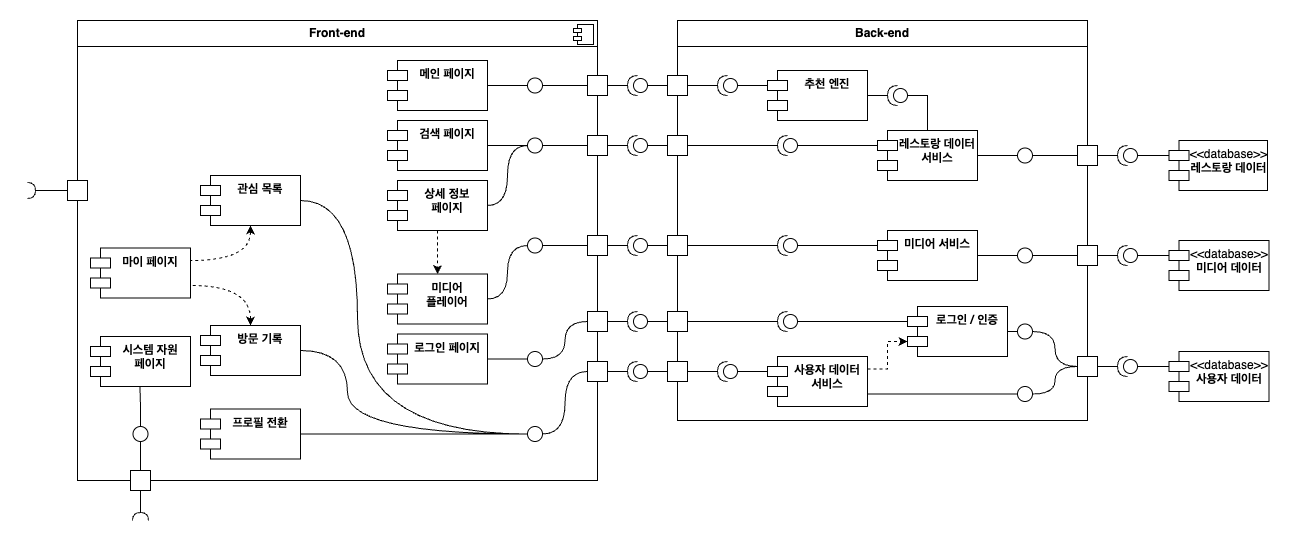
The draw.io diagram resource/component_diagram.png in KangNaewon/connected-platform, before a commit. Source tidied: cells renumbered, new cells last; positions are measured from the earlier drawing's top-left corner, leaving out a move shared by most shapes.
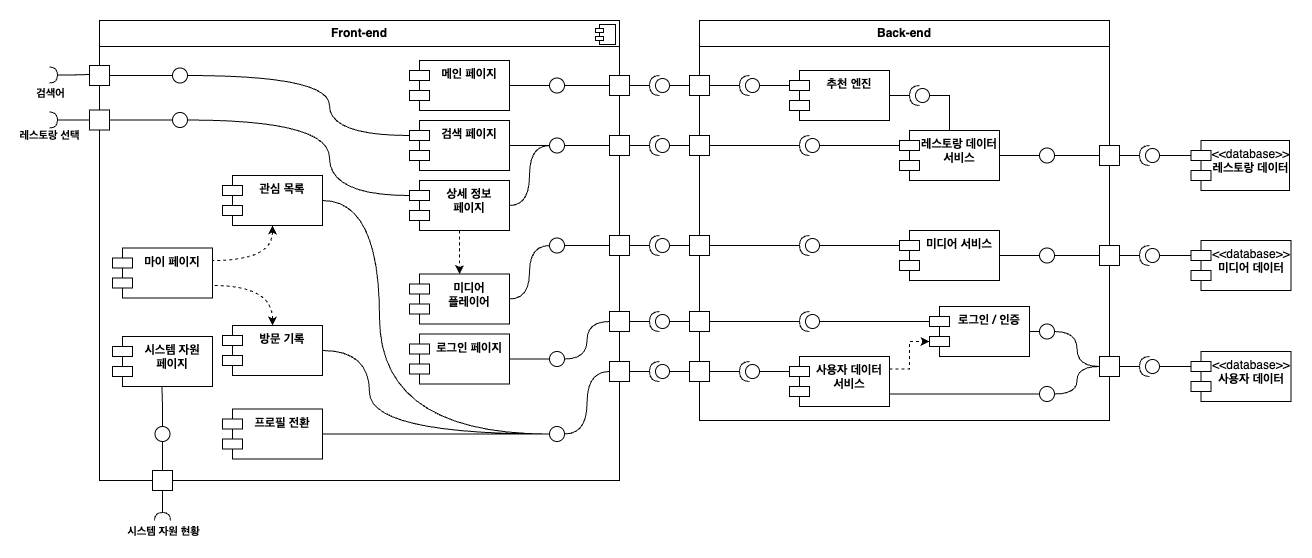
After the commit.

What changed in the source:
```diff
@@ -361,19 +361,66 @@
         <mxPoint x="113" y="500" as="targetPoint" />
       </mxGeometry>
     </mxCell>
+    <mxCell id="119" value="시스템 자원 현황" style="edgeLabel;html=1;align=center;verticalAlign=middle;fontStyle=1;" parent="114" vertex="1">
+      <mxGeometry x="0.45" relative="1" as="geometry">
+        <mxPoint y="19" as="offset" />
+      </mxGeometry>
+    </mxCell>
     <mxCell id="115" style="whiteSpace=wrap;html=1;" parent="1" vertex="1">
       <mxGeometry x="103" y="450" width="20" height="20" as="geometry" />
     </mxCell>
     <mxCell id="116" style="edgeStyle=orthogonalEdgeStyle;rounded=0;jettySize=auto;html=1;entryX=0.494;entryY=0.992;entryDx=0;entryDy=0;entryPerimeter=0;endArrow=none;endFill=0;" parent="1" edge="1" source="113" target="16">
       <mxGeometry relative="1" as="geometry" />
     </mxCell>
-    <mxCell id="117" style="edgeStyle=orthogonalEdgeStyle;rounded=0;jettySize=auto;html=1;endArrow=halfCircle;endFill=0;" parent="1" edge="1" source="118">
-      <mxGeometry relative="1" as="geometry">
-        <mxPoint y="170" as="targetPoint" />
+    <mxCell id="117" value="레스토랑 선택" style="edgeStyle=orthogonalEdgeStyle;rounded=0;jettySize=auto;html=1;endArrow=halfCircle;endFill=0;fontStyle=1;" parent="1" edge="1" source="118">
+      <mxGeometry x="0.98" y="15" relative="1" as="geometry">
+        <mxPoint y="99.5" as="targetPoint" />
       </mxGeometry>
     </mxCell>
     <mxCell id="118" style="whiteSpace=wrap;html=1;" parent="1" vertex="1">
-      <mxGeometry x="40" y="160" width="20" height="20" as="geometry" />
+      <mxGeometry x="40" y="89.5" width="20" height="20" as="geometry" />
     </mxCell>
+    <mxCell id="120" style="edgeStyle=orthogonalEdgeStyle;rounded=0;jettySize=auto;html=1;entryX=0;entryY=0.5;entryDx=0;entryDy=0;endArrow=none;endFill=0;" parent="1" edge="1" source="118" target="128">
+      <mxGeometry relative="1" as="geometry" />
+    </mxCell>
+    <mxCell id="121" style="whiteSpace=wrap;html=1;" parent="1" vertex="1">
+      <mxGeometry x="40" y="45" width="20" height="20" as="geometry" />
+    </mxCell>
+    <mxCell id="122" style="edgeStyle=orthogonalEdgeStyle;rounded=0;orthogonalLoop=1;jettySize=auto;html=1;endArrow=halfCircle;endFill=0;exitX=0;exitY=0.5;exitDx=0;exitDy=0;" parent="1" edge="1">
+      <mxGeometry relative="1" as="geometry">
+        <mxPoint x="40" y="54" as="sourcePoint" />
+        <mxPoint y="54.5" as="targetPoint" />
+      </mxGeometry>
+    </mxCell>
+    <mxCell id="123" value="검색어" style="edgeLabel;html=1;align=center;verticalAlign=middle;fontStyle=1;" parent="122" vertex="1">
+      <mxGeometry x="0.63" y="-2" relative="1" as="geometry">
+        <mxPoint x="-7" y="20" as="offset" />
+      </mxGeometry>
+    </mxCell>
+    <mxCell id="124" style="edgeStyle=orthogonalEdgeStyle;rounded=0;jettySize=auto;html=1;entryX=0;entryY=0.5;entryDx=0;entryDy=0;endArrow=none;endFill=0;" parent="1" edge="1" source="121" target="127">
+      <mxGeometry relative="1" as="geometry" />
+    </mxCell>
+    <mxCell id="125" style="edgeStyle=orthogonalEdgeStyle;rounded=0;jettySize=auto;html=1;entryX=0;entryY=0;entryDx=0;entryDy=15;entryPerimeter=0;curved=1;endArrow=none;endFill=0;exitX=1;exitY=0.5;exitDx=0;exitDy=0;" parent="1" edge="1" source="127" target="15">
+      <mxGeometry relative="1" as="geometry">
+        <Array as="points">
+          <mxPoint x="280" y="55" />
+          <mxPoint x="280" y="115" />
+        </Array>
+      </mxGeometry>
+    </mxCell>
+    <mxCell id="126" style="edgeStyle=orthogonalEdgeStyle;rounded=0;jettySize=auto;html=1;entryX=0;entryY=0;entryDx=0;entryDy=15;entryPerimeter=0;curved=1;endArrow=none;endFill=0;exitX=1;exitY=0.5;exitDx=0;exitDy=0;" parent="1" edge="1" source="128" target="13">
+      <mxGeometry relative="1" as="geometry">
+        <Array as="points">
+          <mxPoint x="280" y="100" />
+          <mxPoint x="280" y="175" />
+        </Array>
+      </mxGeometry>
+    </mxCell>
+    <mxCell id="127" style="ellipse;whiteSpace=wrap;html=1;" parent="1" vertex="1">
+      <mxGeometry x="123" y="47.5" width="15" height="15" as="geometry" />
+    </mxCell>
+    <mxCell id="128" style="ellipse;whiteSpace=wrap;html=1;" parent="1" vertex="1">
+      <mxGeometry x="123" y="92" width="15" height="15" as="geometry" />
+    </mxCell>
   </root>
 </mxGraphModel>
```
